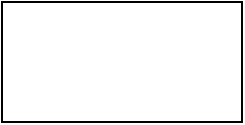
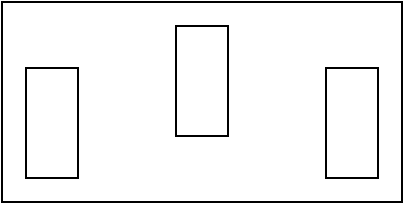
- <mxfile host="app.diagrams.net" agent="Mozilla/5.0 (Macintosh; Intel Mac OS X 10_15_7) AppleWebKit/537.36 (KHTML, like Gecko) Chrome/131.0.0.0 Safari/537.36" version="25.0.3">
+ <mxfile host="app.diagrams.net" agent="Mozilla/5.0 (Macintosh; Intel Mac OS X 10_15_7) AppleWebKit/605.1.15 (KHTML, like Gecko) Version/18.1.1 Safari/605.1.15" version="25.0.3">
  <diagram name="Page-1" id="VlRkN-xOVygPYa-iD9Ir">
-     <mxGraphModel dx="1807" dy="1121" grid="1" gridSize="10" guides="1" tooltips="1" connect="1" arrows="1" fold="1" page="1" pageScale="1" pageWidth="1169" pageHeight="827" math="0" shadow="0">
+     <mxGraphModel dx="890" dy="835" grid="1" gridSize="10" guides="1" tooltips="1" connect="1" arrows="1" fold="1" page="1" pageScale="1" pageWidth="1169" pageHeight="827" math="0" shadow="0">
      <root>
        <mxCell id="0" />
        <mxCell id="1" parent="0" />
-         <mxCell id="JVybDMqIQibOisGgQ3sv-1" value="" style="rounded=0;whiteSpace=wrap;html=1;" vertex="1" parent="1">
-           <mxGeometry x="380" y="350" width="120" height="60" as="geometry" />
+         <mxCell id="pD8juBFKP1GN8B8eYQTb-1" value="" style="pointerEvents=1;verticalLabelPosition=bottom;shadow=0;dashed=0;align=center;html=1;verticalAlign=top;shape=mxgraph.electrical.miscellaneous.ac_out" vertex="1" parent="1">
+           <mxGeometry x="30" y="110" width="200" height="100" as="geometry" />
        </mxCell>
      </root>
    </mxGraphModel>
  </diagram>
</mxfile>
